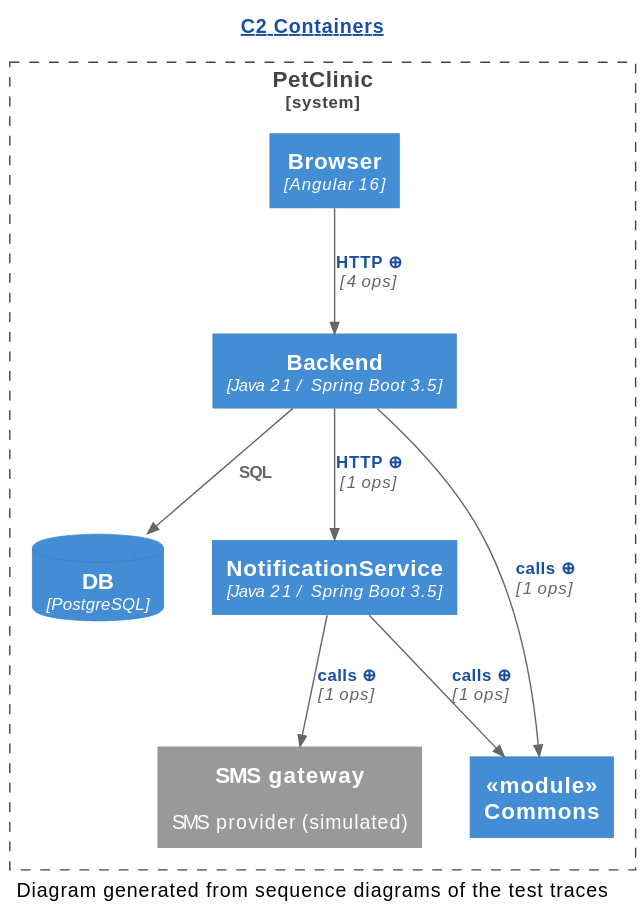
Earlier version of the PlantUML export demo/demo2/assets/c2/C2-Containers.new.svg (Winandvdb/human-review).
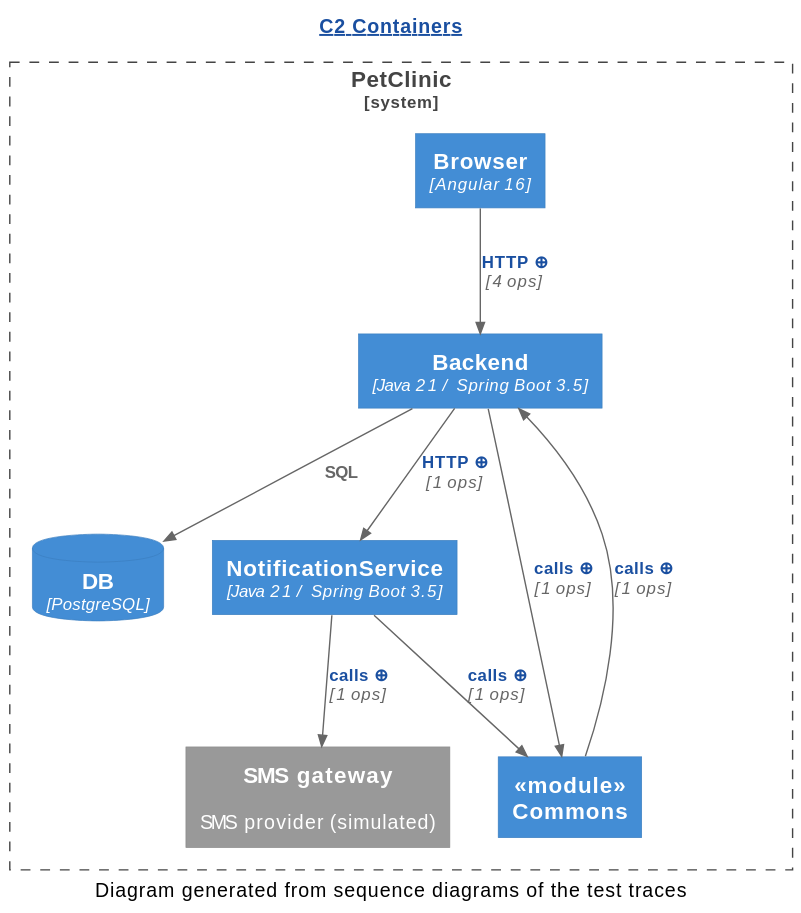
Later version of the same file.

Diff of the diagram source:
```diff
@@ -15,8 +15,9 @@
 Rel(Backend, DB, "SQL", "")
 Rel(Backend, NotificationService, "[[genseq://c2-279a196c9d{Click for the calls behind this line} HTTP ⊕]]", "1 ops")
 Rel(Backend, _module__nCommons, "[[genseq://c2-103d57f8db{Click for the calls behind this line} calls ⊕]]", "1 ops")
-Rel(Browser, Backend, "[[genseq://c2-43d2943456{Click for the calls behind this line} HTTP ⊕]]", "4 ops")
+Rel(Browser, Backend, "[[genseq://c2-32de166756{Click for the calls behind this line} HTTP ⊕]]", "4 ops")
 Rel(NotificationService, SMS_gateway, "[[genseq://c2-cb01a30b7a{Click for the calls behind this line} calls ⊕]]", "1 ops")
 Rel(NotificationService, _module__nCommons, "[[genseq://c2-e128eb6ba0{Click for the calls behind this line} calls ⊕]]", "1 ops")
+Rel(_module__nCommons, Backend, "[[genseq://c2-cd32149db2{Click for the calls behind this line} calls ⊕]]", "1 ops")
 caption Diagram generated from sequence diagrams of the test traces
 @enduml
```
